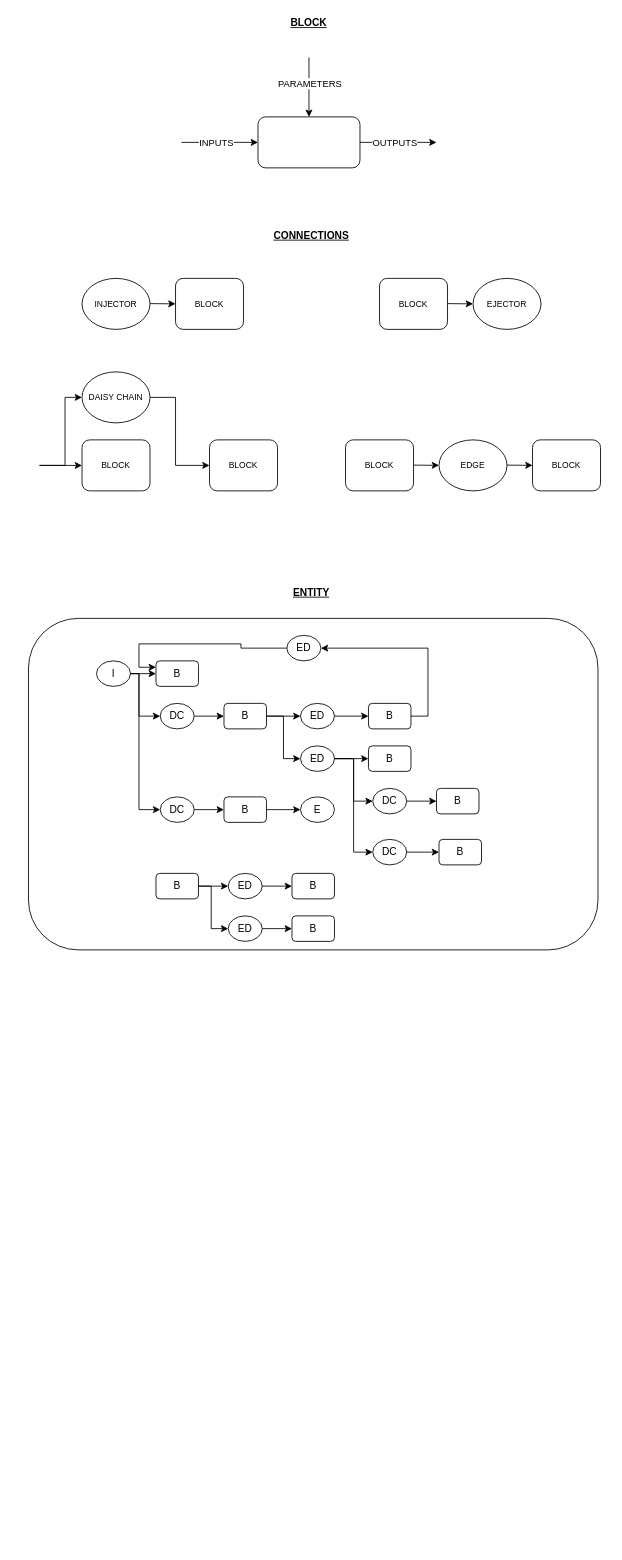
Before: page "Page-1" (1 of 2) of architecture.drawio in freol35241/noname, a draw.io diagram. Source tidied: cells renumbered, new cells numbered last; positions are measured from the earlier drawing's top-left corner, leaving out a move shared by most shapes. Both pictures are drawn from the tidied source at 85%, with x=0, y=0 at pixel (28, 14).
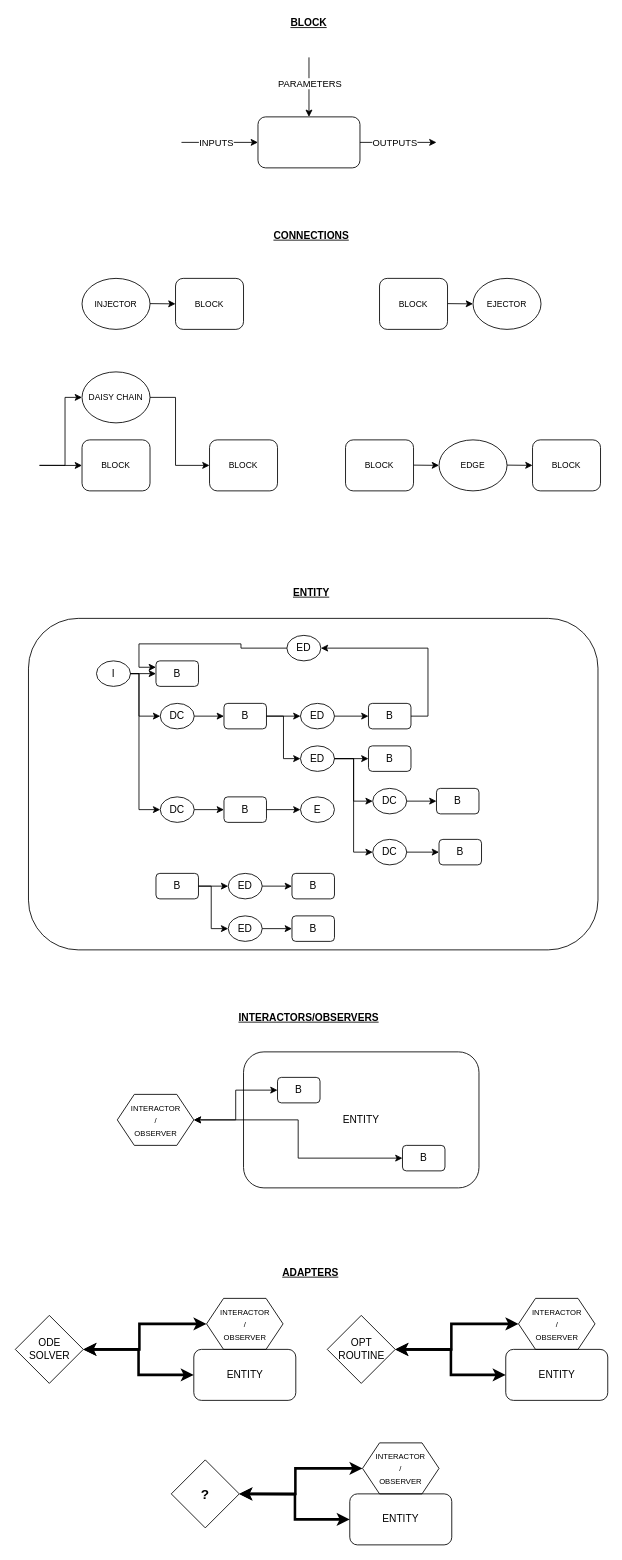
The same page after the edit.

Commit message (it also covers changes not shown here):
More updates to architectural vision

What changed in the source:
```diff
@@
+    <mxCell id="78" value="&lt;u&gt;&lt;b&gt;ADAPTERS&lt;/b&gt;&lt;/u&gt;" style="text;html=1;strokeColor=none;fillColor=none;align=center;verticalAlign=middle;whiteSpace=wrap;rounded=0;" parent="1" vertex="1">
+      <mxGeometry x="311.5" y="1470" width="40" height="20" as="geometry" />
+    </mxCell>
+    <mxCell id="79" value="&lt;u&gt;&lt;b&gt;INTERACTORS/OBSERVERS&lt;/b&gt;&lt;/u&gt;" style="text;html=1;strokeColor=none;fillColor=none;align=center;verticalAlign=middle;whiteSpace=wrap;rounded=0;" parent="1" vertex="1">
+      <mxGeometry x="310" y="1170" width="40" height="20" as="geometry" />
+    </mxCell>
+    <mxCell id="80" style="group;" parent="1" vertex="1">
+      <mxGeometry x="-15.5" y="1530" width="330" height="100" as="geometry" />
+    </mxCell>
+    <mxCell id="81" style="group;" parent="80" vertex="1">
+      <mxGeometry width="330" height="80" as="geometry" />
+    </mxCell>
+    <mxCell id="82" style="edgeStyle=orthogonalEdgeStyle;rounded=0;jettySize=auto;html=1;exitX=1;exitY=0.5;exitDx=0;exitDy=0;entryX=0;entryY=0.5;entryDx=0;entryDy=0;startArrow=classic;startFill=1;startSize=6;endSize=6;strokeWidth=3;" parent="81" edge="1" source="83" target="84">
+      <mxGeometry relative="1" as="geometry">
+        <Array as="points">
+          <mxPoint x="146" y="40" />
+          <mxPoint x="146" y="10" />
+        </Array>
+      </mxGeometry>
+    </mxCell>
+    <mxCell id="83" value="ODE&lt;br&gt;SOLVER" style="rhombus;whiteSpace=wrap;html=1;fillColor=none;" parent="81" vertex="1">
+      <mxGeometry width="80" height="80" as="geometry" />
+    </mxCell>
+    <mxCell id="84" value="&lt;font style=&quot;font-size: 9px&quot;&gt;INTERACTOR&lt;br&gt;/&lt;br&gt;OBSERVER&lt;/font&gt;" style="shape=hexagon;perimeter=hexagonPerimeter2;whiteSpace=wrap;html=1;fixedSize=1;fillColor=none;" parent="81" vertex="1">
+      <mxGeometry x="225" y="-20" width="90" height="60" as="geometry" />
+    </mxCell>
+    <mxCell id="85" value="ENTITY" style="rounded=1;whiteSpace=wrap;html=1;fillColor=none;" parent="80" vertex="1">
+      <mxGeometry x="210" y="40" width="120" height="60" as="geometry" />
+    </mxCell>
+    <mxCell id="86" style="edgeStyle=orthogonalEdgeStyle;rounded=0;jettySize=auto;html=1;exitX=1;exitY=0.5;exitDx=0;exitDy=0;entryX=0;entryY=0.5;entryDx=0;entryDy=0;startArrow=classic;startFill=1;endSize=6;startSize=6;strokeWidth=3;" parent="80" edge="1" source="83" target="85">
+      <mxGeometry relative="1" as="geometry" />
+    </mxCell>
+    <mxCell id="87" style="group;" parent="1" vertex="1">
+      <mxGeometry x="351.5" y="1510" width="330" height="120" as="geometry" />
+    </mxCell>
+    <mxCell id="88" style="group;" parent="87" vertex="1">
+      <mxGeometry y="20" width="330" height="80" as="geometry" />
+    </mxCell>
+    <mxCell id="89" value="OPT&lt;br&gt;ROUTINE" style="rhombus;whiteSpace=wrap;html=1;fillColor=none;" parent="88" vertex="1">
+      <mxGeometry width="80" height="80" as="geometry" />
+    </mxCell>
+    <mxCell id="90" style="edgeStyle=orthogonalEdgeStyle;rounded=0;jettySize=auto;html=1;exitX=1;exitY=0.5;exitDx=0;exitDy=0;entryX=0;entryY=0.5;entryDx=0;entryDy=0;startArrow=classic;startFill=1;startSize=6;endSize=6;strokeWidth=3;" parent="87" edge="1" target="91">
+      <mxGeometry relative="1" as="geometry">
+        <mxPoint x="80" y="60" as="sourcePoint" />
+        <Array as="points">
+          <mxPoint x="146" y="60" />
+          <mxPoint x="146" y="30" />
+        </Array>
+      </mxGeometry>
+    </mxCell>
+    <mxCell id="91" value="&lt;font style=&quot;font-size: 9px&quot;&gt;INTERACTOR&lt;br&gt;/&lt;br&gt;OBSERVER&lt;/font&gt;" style="shape=hexagon;perimeter=hexagonPerimeter2;whiteSpace=wrap;html=1;fixedSize=1;fillColor=none;" parent="87" vertex="1">
+      <mxGeometry x="225" width="90" height="60" as="geometry" />
+    </mxCell>
+    <mxCell id="92" value="ENTITY" style="rounded=1;whiteSpace=wrap;html=1;fillColor=none;" parent="87" vertex="1">
+      <mxGeometry x="210" y="60" width="120" height="60" as="geometry" />
+    </mxCell>
+    <mxCell id="93" style="edgeStyle=orthogonalEdgeStyle;rounded=0;jettySize=auto;html=1;exitX=1;exitY=0.5;exitDx=0;exitDy=0;entryX=0;entryY=0.5;entryDx=0;entryDy=0;startArrow=classic;startFill=1;endSize=6;startSize=6;strokeWidth=3;" parent="87" edge="1" target="92">
+      <mxGeometry relative="1" as="geometry">
+        <mxPoint x="80" y="60" as="sourcePoint" />
+      </mxGeometry>
+    </mxCell>
+    <mxCell id="94" style="group;" parent="1" vertex="1">
+      <mxGeometry x="168" y="1680" width="330" height="120" as="geometry" />
+    </mxCell>
+    <mxCell id="95" style="group;" parent="94" vertex="1">
+      <mxGeometry y="20" width="330" height="80" as="geometry" />
+    </mxCell>
+    <mxCell id="96" value="&lt;b&gt;&lt;font style=&quot;font-size: 16px&quot;&gt;?&lt;/font&gt;&lt;/b&gt;" style="rhombus;whiteSpace=wrap;html=1;fillColor=none;" parent="95" vertex="1">
+      <mxGeometry width="80" height="80" as="geometry" />
+    </mxCell>
+    <mxCell id="97" style="edgeStyle=orthogonalEdgeStyle;rounded=0;jettySize=auto;html=1;exitX=1;exitY=0.5;exitDx=0;exitDy=0;entryX=0;entryY=0.5;entryDx=0;entryDy=0;startArrow=classic;startFill=1;startSize=6;endSize=6;strokeWidth=3;" parent="94" edge="1" target="98">
+      <mxGeometry relative="1" as="geometry">
+        <mxPoint x="80" y="60" as="sourcePoint" />
+        <Array as="points">
+          <mxPoint x="146" y="60" />
+          <mxPoint x="146" y="30" />
+        </Array>
+      </mxGeometry>
+    </mxCell>
+    <mxCell id="98" value="&lt;font style=&quot;font-size: 9px&quot;&gt;INTERACTOR&lt;br&gt;/&lt;br&gt;OBSERVER&lt;/font&gt;" style="shape=hexagon;perimeter=hexagonPerimeter2;whiteSpace=wrap;html=1;fixedSize=1;fillColor=none;" parent="94" vertex="1">
+      <mxGeometry x="225" width="90" height="60" as="geometry" />
+    </mxCell>
+    <mxCell id="99" value="ENTITY" style="rounded=1;whiteSpace=wrap;html=1;fillColor=none;" parent="94" vertex="1">
+      <mxGeometry x="210" y="60" width="120" height="60" as="geometry" />
+    </mxCell>
+    <mxCell id="100" style="edgeStyle=orthogonalEdgeStyle;rounded=0;jettySize=auto;html=1;exitX=1;exitY=0.5;exitDx=0;exitDy=0;entryX=0;entryY=0.5;entryDx=0;entryDy=0;startArrow=classic;startFill=1;endSize=6;startSize=6;strokeWidth=3;" parent="94" edge="1" target="99">
+      <mxGeometry relative="1" as="geometry">
+        <mxPoint x="80" y="60" as="sourcePoint" />
+      </mxGeometry>
+    </mxCell>
+    <mxCell id="101" style="group;" parent="1" vertex="1">
+      <mxGeometry x="104.5" y="1220" width="425.5" height="160" as="geometry" />
+    </mxCell>
+    <mxCell id="102" value="&lt;font style=&quot;font-size: 9px&quot;&gt;INTERACTOR&lt;br&gt;/&lt;br&gt;OBSERVER&lt;/font&gt;" style="shape=hexagon;perimeter=hexagonPerimeter2;whiteSpace=wrap;html=1;fixedSize=1;fillColor=none;" parent="101" vertex="1">
+      <mxGeometry y="50" width="90" height="60" as="geometry" />
+    </mxCell>
+    <mxCell id="103" value="ENTITY" style="rounded=1;whiteSpace=wrap;html=1;fillColor=none;" parent="101" vertex="1">
+      <mxGeometry x="148.5" width="277" height="160" as="geometry" />
+    </mxCell>
+    <mxCell id="104" value="B" style="rounded=1;whiteSpace=wrap;html=1;fillColor=none;" parent="101" vertex="1">
+      <mxGeometry x="188.5" y="30" width="50" height="30" as="geometry" />
+    </mxCell>
+    <mxCell id="105" style="edgeStyle=orthogonalEdgeStyle;rounded=0;jettySize=auto;html=1;exitX=1;exitY=0.5;exitDx=0;exitDy=0;entryX=0;entryY=0.5;entryDx=0;entryDy=0;startArrow=classic;startFill=1;startSize=6;endSize=6;strokeWidth=1;" parent="101" edge="1" source="102" target="104">
+      <mxGeometry relative="1" as="geometry" />
+    </mxCell>
+    <mxCell id="106" value="B" style="rounded=1;whiteSpace=wrap;html=1;fillColor=none;" parent="101" vertex="1">
+      <mxGeometry x="335.5" y="110" width="50" height="30" as="geometry" />
+    </mxCell>
+    <mxCell id="107" style="edgeStyle=orthogonalEdgeStyle;rounded=0;jettySize=auto;html=1;exitX=1;exitY=0.5;exitDx=0;exitDy=0;entryX=0;entryY=0.5;entryDx=0;entryDy=0;startArrow=classic;startFill=1;startSize=6;endSize=6;strokeWidth=1;" parent="101" edge="1" source="102" target="106">
+      <mxGeometry relative="1" as="geometry" />
+    </mxCell>
```
